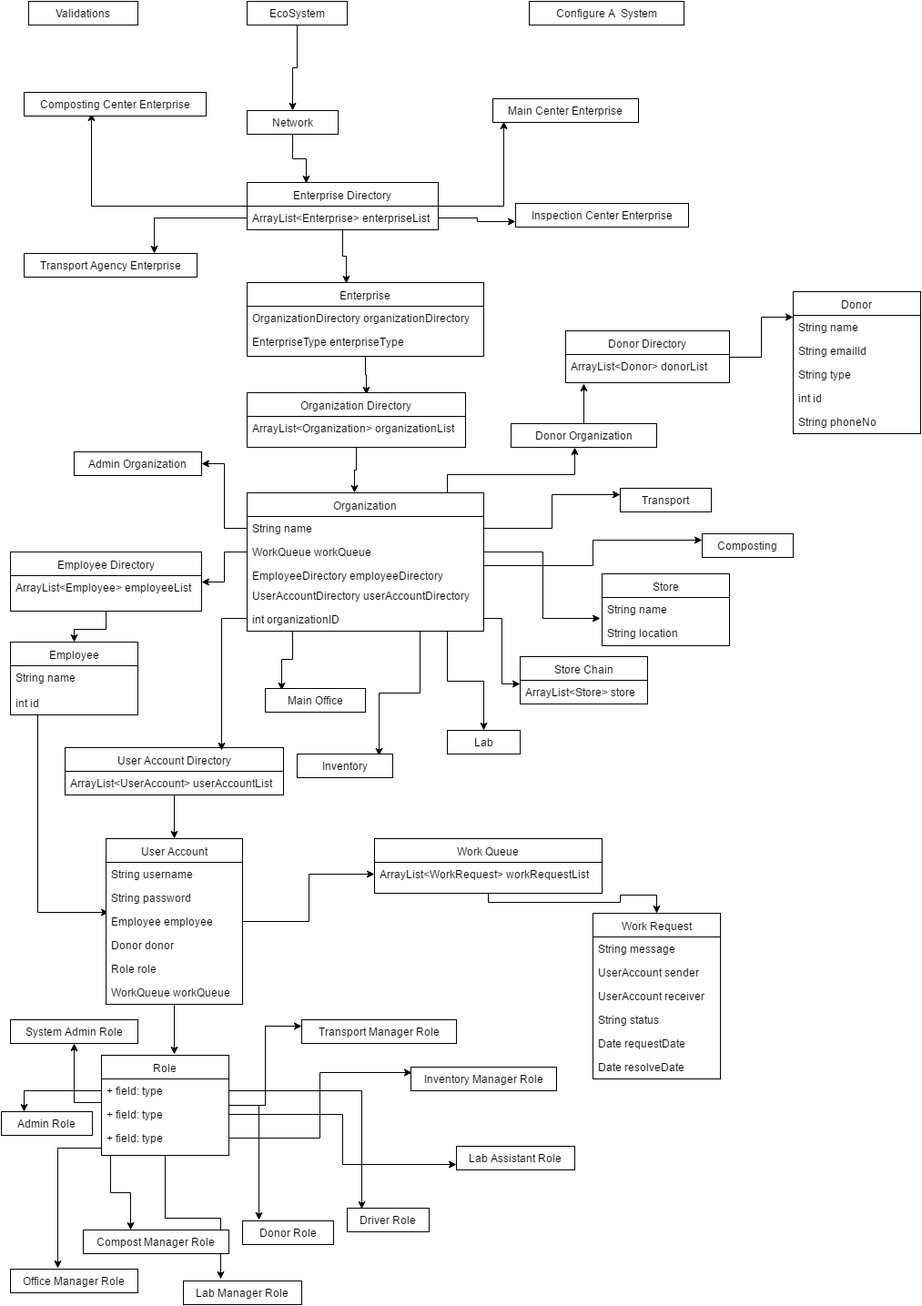
Before: FinalProjectObjectModel.png, a diagram exported from draw.io (imar26/food-drive). Source tidied: cells renumbered, new cells last; positions are measured from the earlier drawing's top-left corner, leaving out a move shared by most shapes.
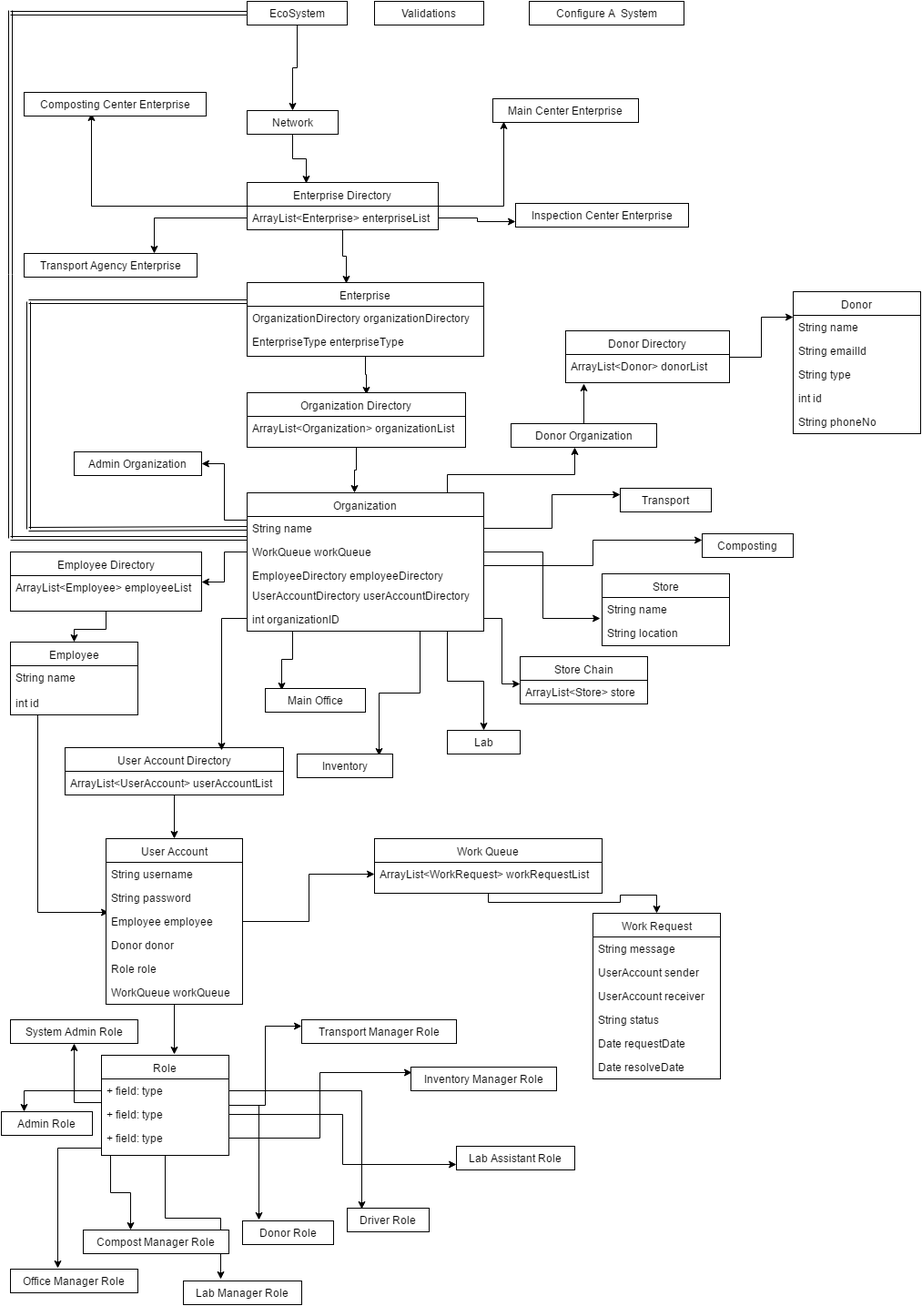
Later version of the same file.

Commit message:
Object Model links

What changed in the source:
```diff
@@ -300,7 +300,7 @@
       <mxGeometry x="330" y="1119" width="170" height="26" as="geometry" />
     </mxCell>
     <mxCell id="88" value="Validations" style="swimlane;html=1;fontStyle=0;horizontal=1;startSize=26;fillColor=none;swimlaneFillColor=#ffffff;" parent="1" vertex="1" collapsed="1">
-      <mxGeometry x="30" width="120" height="26" as="geometry" />
+      <mxGeometry x="410" width="120" height="26" as="geometry" />
     </mxCell>
     <mxCell id="89" style="edgeStyle=orthogonalEdgeStyle;rounded=0;html=1;exitX=1;exitY=0.75;entryX=1;entryY=0.75;jettySize=auto;orthogonalLoop=1;" parent="1" edge="1" source="3" target="3">
       <mxGeometry relative="1" as="geometry" />
@@ -344,7 +344,12 @@
       </mxGeometry>
     </mxCell>
     <mxCell id="101" style="edgeStyle=orthogonalEdgeStyle;rounded=0;html=1;entryX=1;entryY=0.5;jettySize=auto;" parent="1" edge="1" source="24" target="40">
-      <mxGeometry relative="1" as="geometry" />
+      <mxGeometry relative="1" as="geometry">
+        <Array as="points">
+          <mxPoint x="245" y="570" />
+          <mxPoint x="245" y="508" />
+        </Array>
+      </mxGeometry>
     </mxCell>
     <mxCell id="102" style="edgeStyle=orthogonalEdgeStyle;rounded=0;html=1;jettySize=auto;" parent="1" edge="1" source="25" target="35">
       <mxGeometry relative="1" as="geometry" />
@@ -408,5 +413,42 @@
     <mxCell id="119" value="String phoneNo" style="text;html=1;strokeColor=none;fillColor=none;align=left;verticalAlign=top;spacingLeft=4;spacingRight=4;whiteSpace=wrap;overflow=hidden;" parent="114" vertex="1">
       <mxGeometry y="130" width="140" height="26" as="geometry" />
     </mxCell>
+    <mxCell id="120" style="edgeStyle=orthogonalEdgeStyle;rounded=0;html=1;exitX=0;exitY=0.25;entryX=0;entryY=0.25;jettySize=auto;orthogonalLoop=1;" parent="1" edge="1" source="44" target="44">
+      <mxGeometry relative="1" as="geometry" />
+    </mxCell>
+    <mxCell id="121" style="shape=link;html=1;jettySize=auto;entryX=0;entryY=0.5;" parent="1" edge="1" target="3">
+      <mxGeometry relative="1" as="geometry">
+        <mxPoint x="10" y="13" as="sourcePoint" />
+      </mxGeometry>
+    </mxCell>
+    <mxCell id="122" style="shape=link;html=1;jettySize=auto;orthogonalLoop=1;" parent="1" edge="1">
+      <mxGeometry relative="1" as="geometry">
+        <mxPoint x="10" y="590" as="sourcePoint" />
+        <mxPoint x="10" y="10" as="targetPoint" />
+      </mxGeometry>
+    </mxCell>
+    <mxCell id="123" style="shape=link;html=1;jettySize=auto;orthogonalLoop=1;" parent="1" edge="1">
+      <mxGeometry relative="1" as="geometry">
+        <mxPoint x="10" y="590" as="sourcePoint" />
+        <mxPoint x="270" y="590" as="targetPoint" />
+      </mxGeometry>
+    </mxCell>
+    <mxCell id="124" style="shape=link;html=1;jettySize=auto;orthogonalLoop=1;" parent="1" edge="1">
+      <mxGeometry relative="1" as="geometry">
+        <mxPoint x="30" y="330" as="sourcePoint" />
+        <mxPoint x="270" y="330" as="targetPoint" />
+      </mxGeometry>
+    </mxCell>
+    <mxCell id="125" style="shape=link;html=1;jettySize=auto;orthogonalLoop=1;" parent="1" edge="1">
+      <mxGeometry relative="1" as="geometry">
+        <mxPoint x="30" y="580" as="sourcePoint" />
+        <mxPoint x="30" y="330" as="targetPoint" />
+      </mxGeometry>
+    </mxCell>
+    <mxCell id="126" style="shape=link;html=1;jettySize=auto;entryX=0;entryY=0.5;" parent="1" edge="1" target="24">
+      <mxGeometry relative="1" as="geometry">
+        <mxPoint x="30" y="580" as="sourcePoint" />
+      </mxGeometry>
+    </mxCell>
   </root>
 </mxGraphModel>
```
